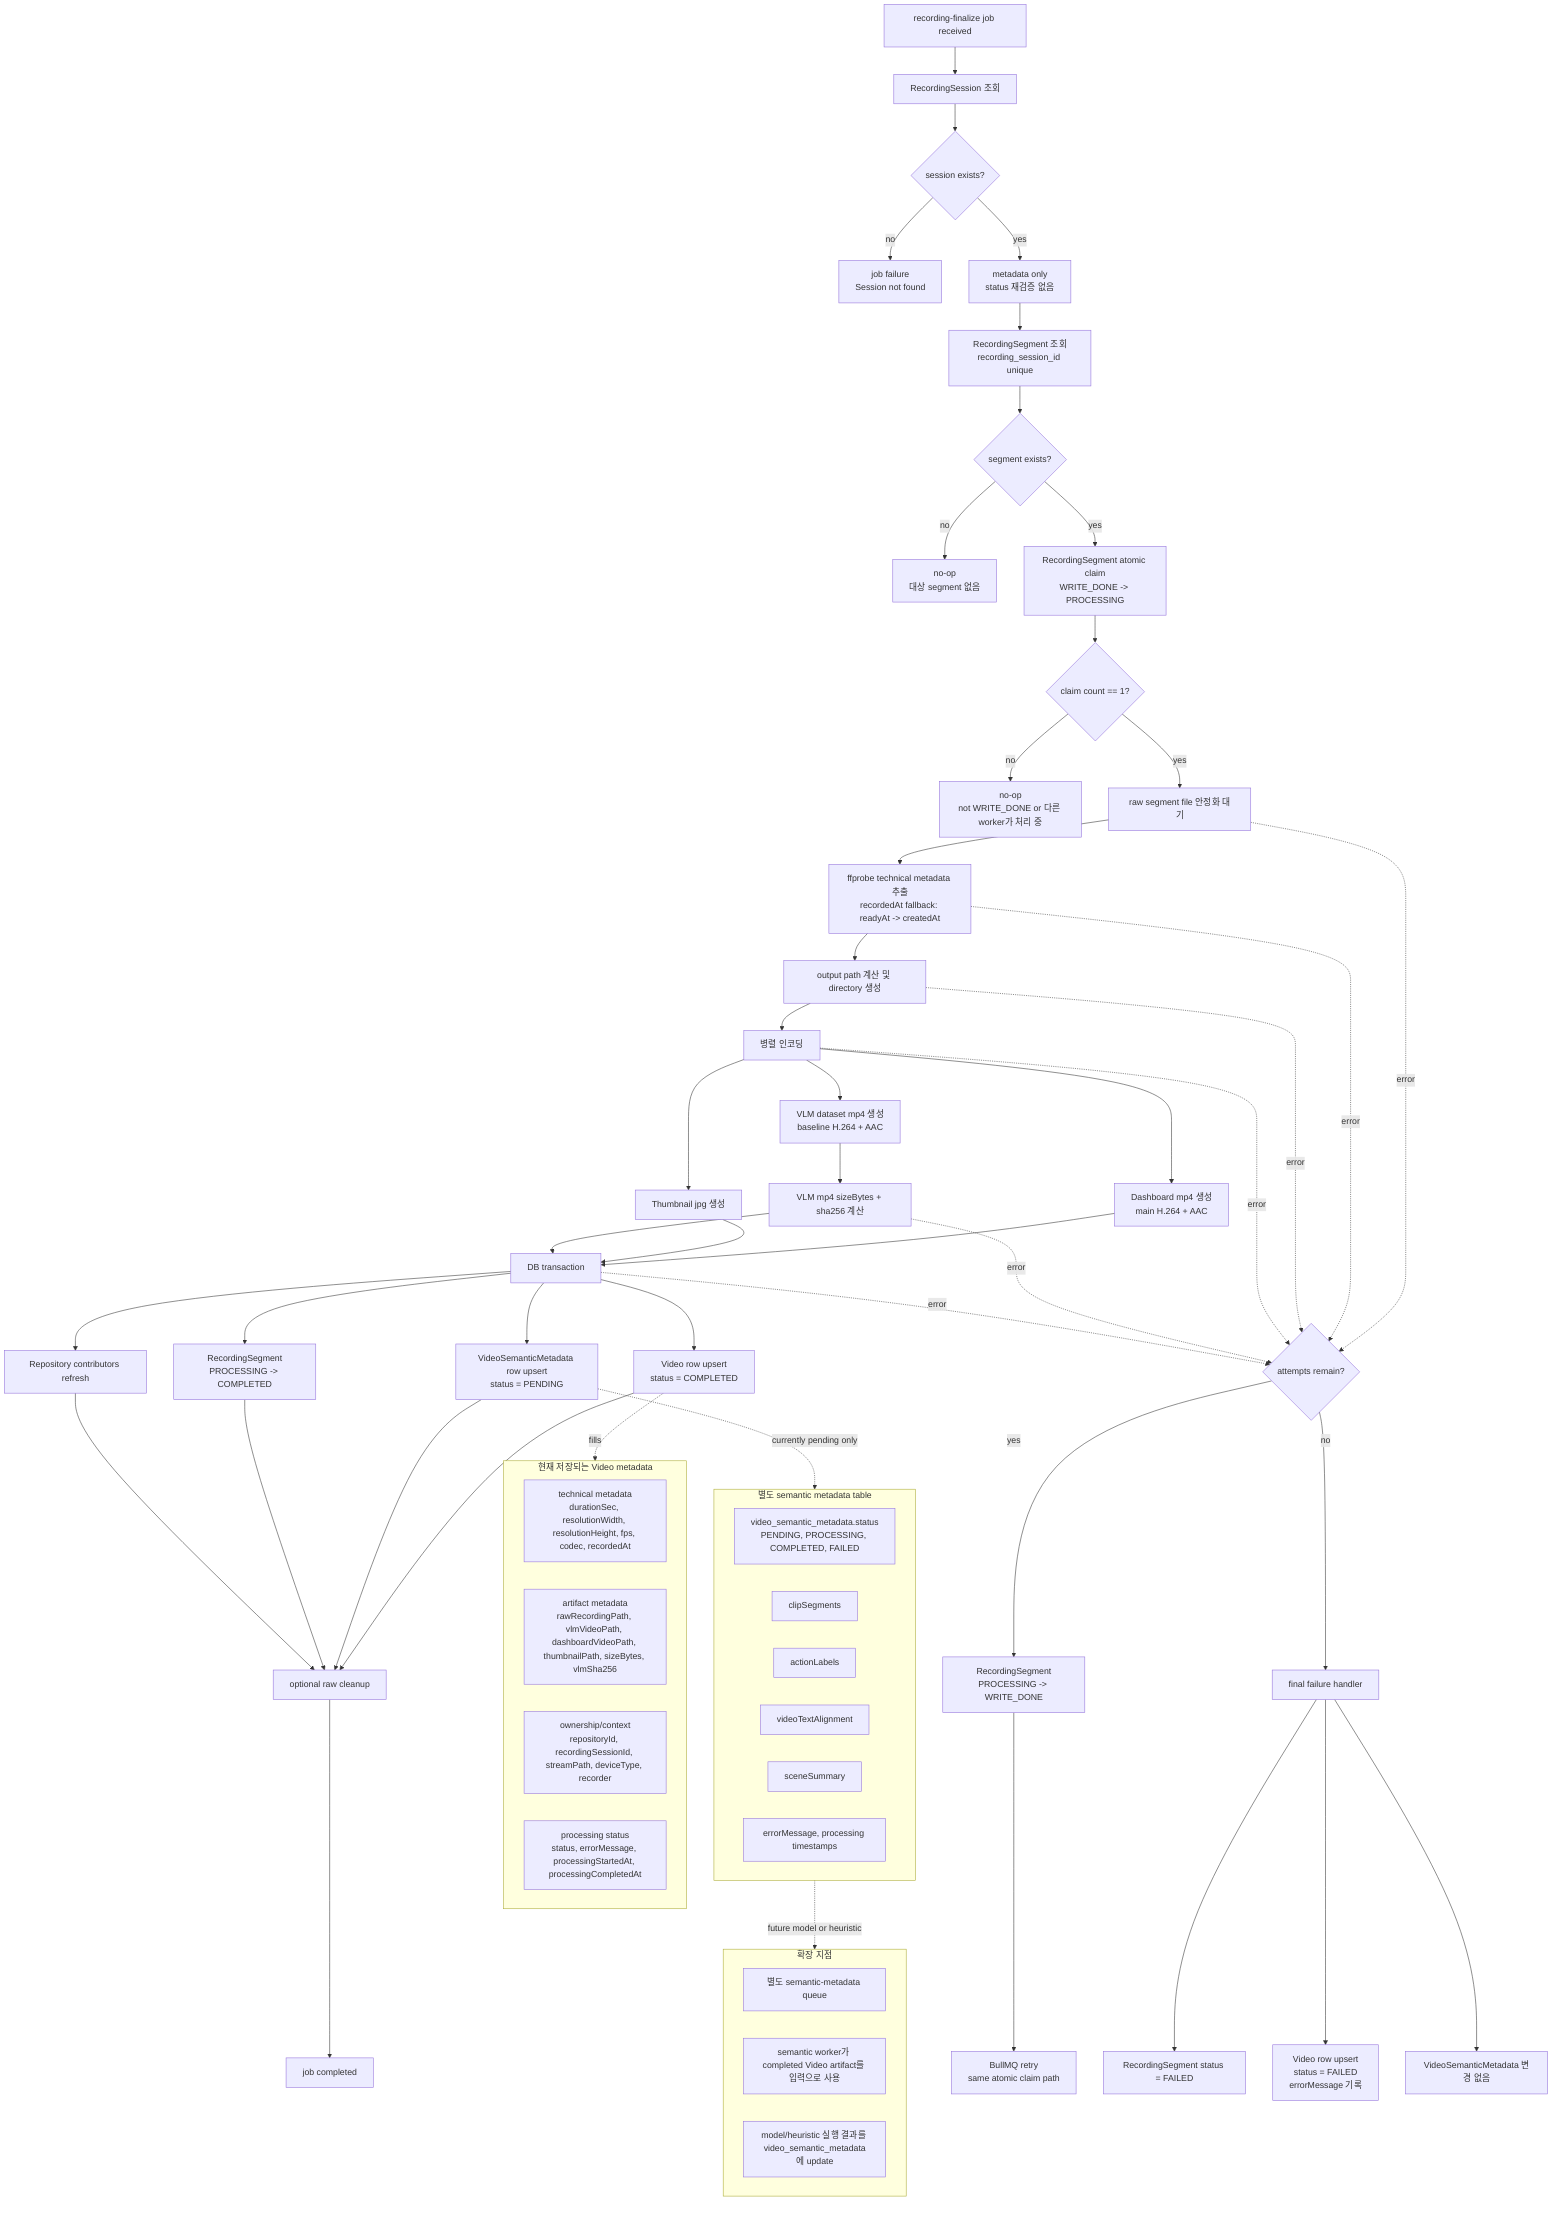
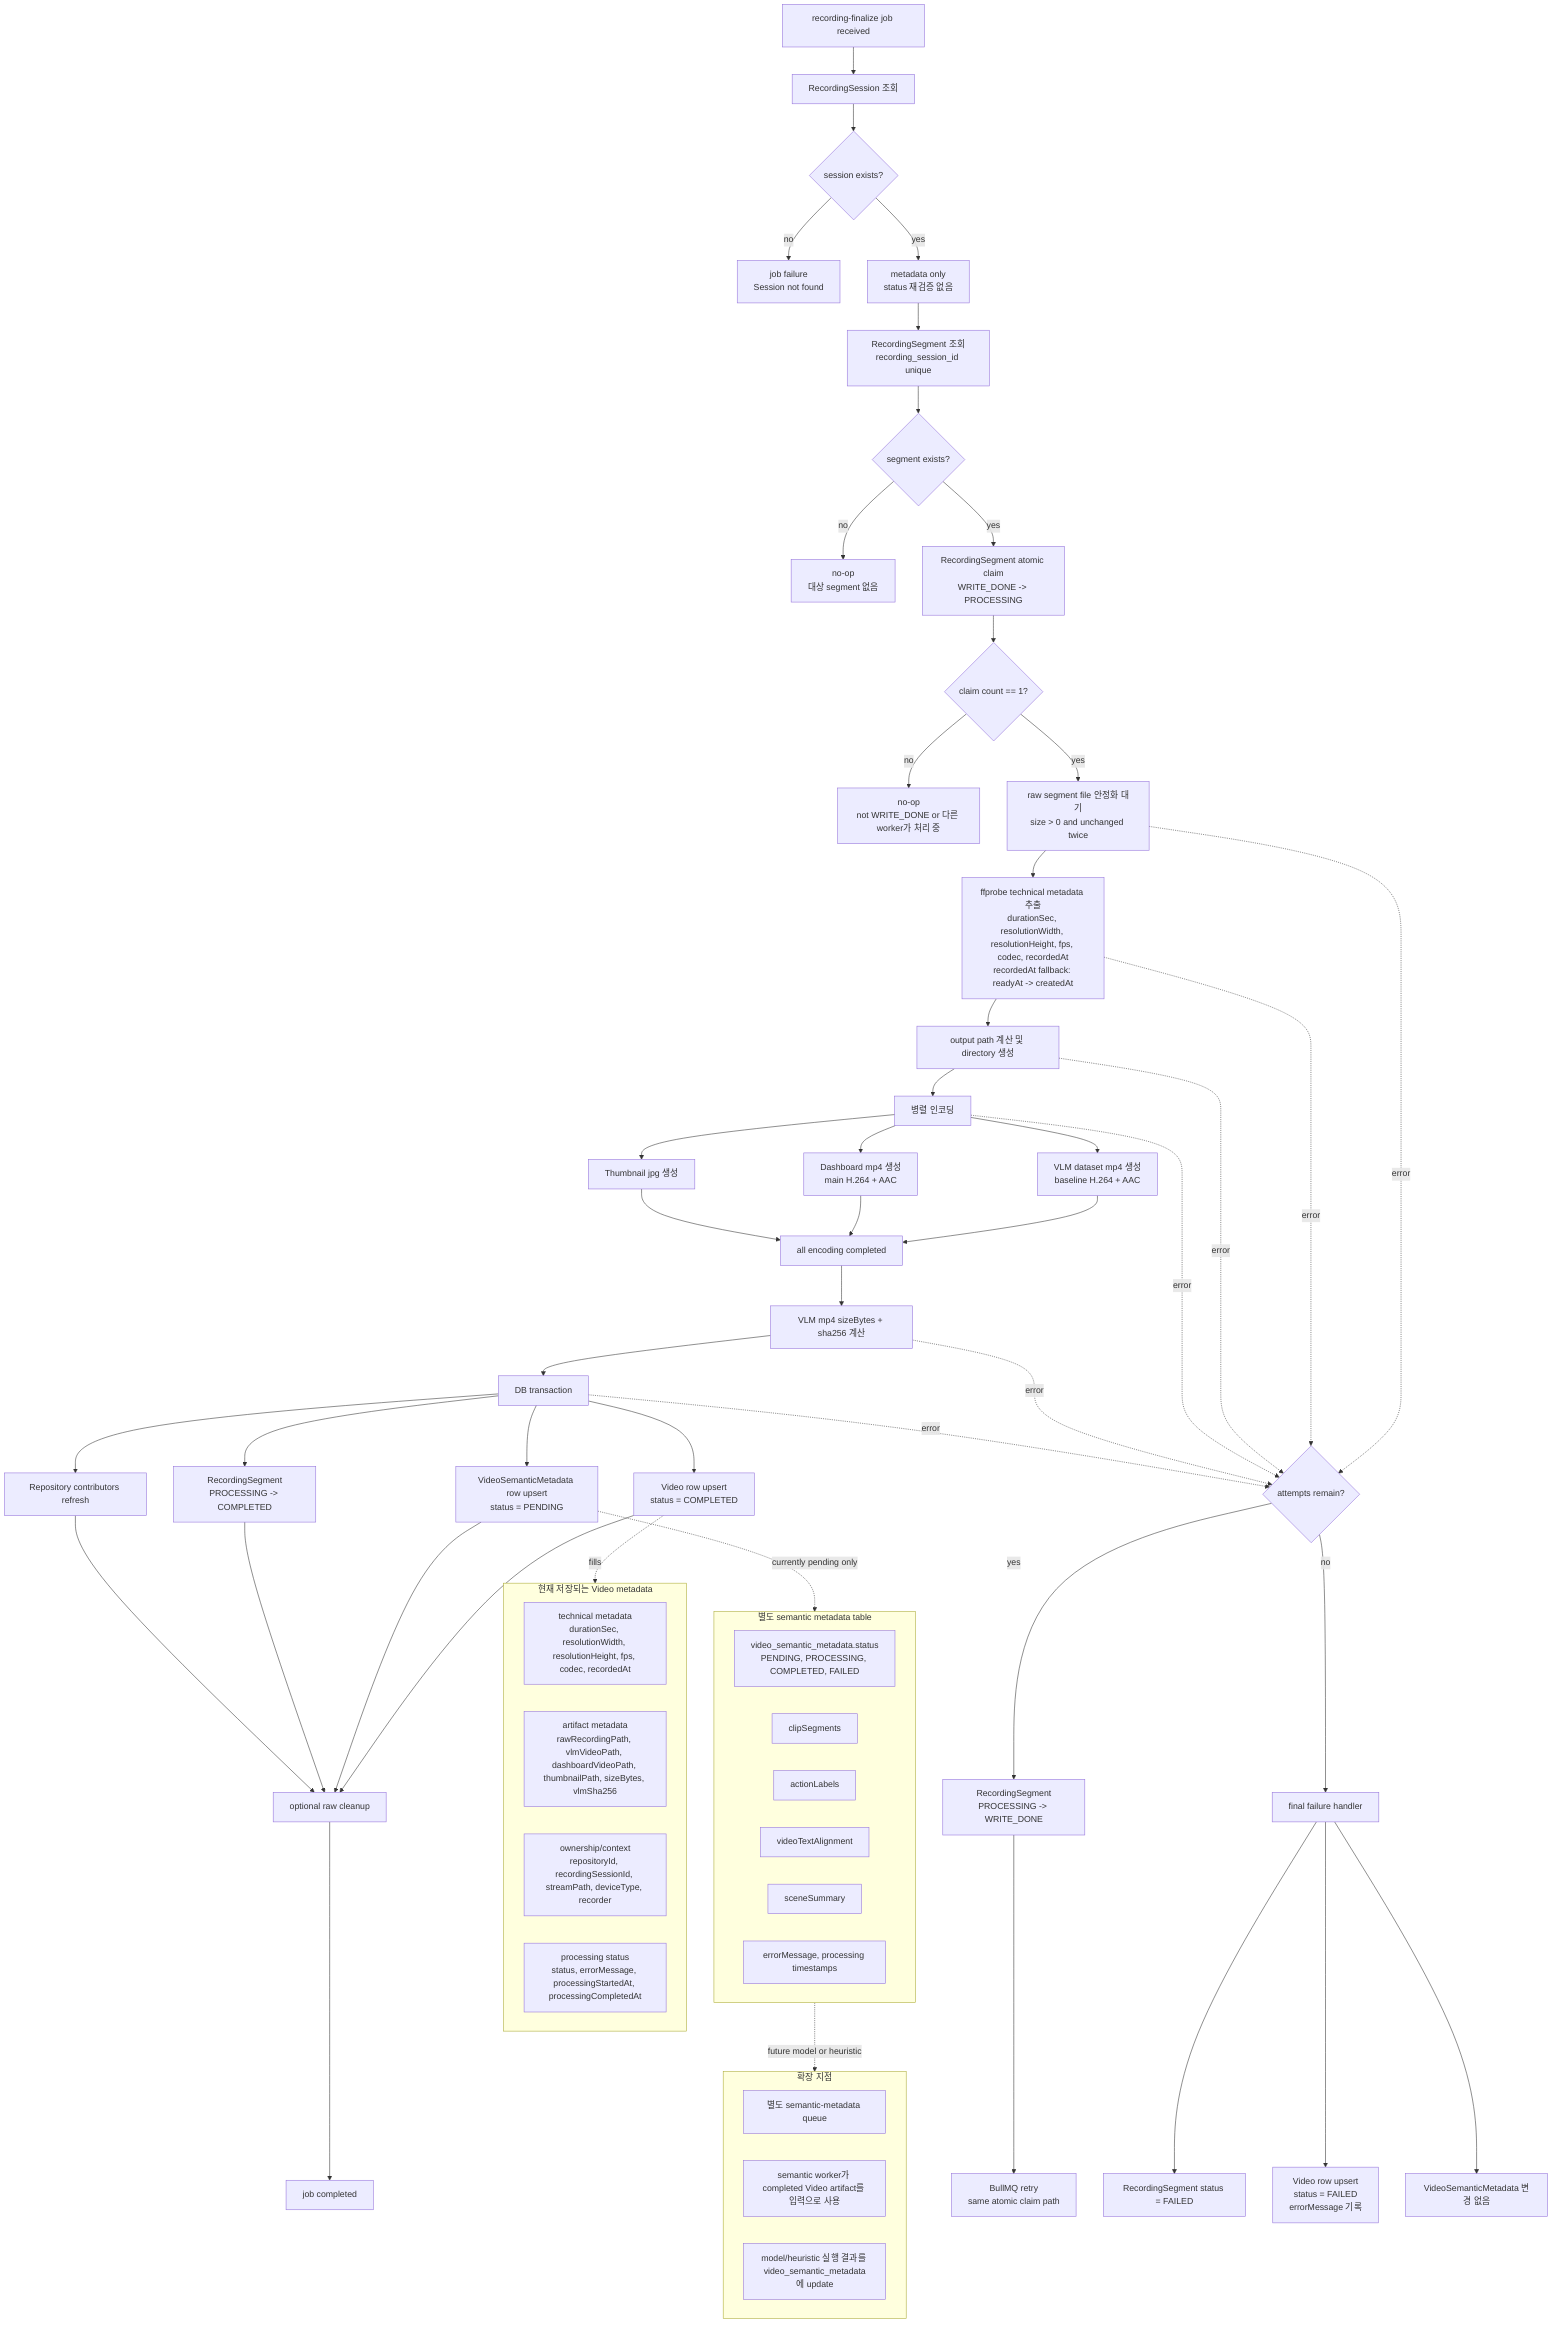
flowchart TD
  Start["recording-finalize job received"] --> SessionCheck["RecordingSession 조회"]
  SessionCheck --> SessionExists{"session exists?"}
  SessionExists -- "no" --> SessionFailure["job failure<br/>Session not found"]
  SessionExists -- "yes" --> SessionNote["metadata only<br/>status 재검증 없음"]
  SessionNote --> SegmentLookup["RecordingSegment 조회<br/>recording_session_id unique"]

  SegmentLookup --> SegmentExists{"segment exists?"}
  SegmentExists -- "no" --> NoopSegment["no-op<br/>대상 segment 없음"]
  SegmentExists -- "yes" --> Claim["RecordingSegment atomic claim<br/>WRITE_DONE -> PROCESSING"]

  Claim --> ClaimOk{"claim count == 1?"}
  ClaimOk -- "no" --> NoopClaim["no-op<br/>not WRITE_DONE or 다른 worker가 처리 중"]
-   ClaimOk -- "yes" --> RawStable["raw segment file 안정화 대기"]
+   ClaimOk -- "yes" --> RawStable["raw segment file 안정화 대기<br/>size > 0 and unchanged twice"]

-   RawStable --> TechnicalProbe["ffprobe technical metadata 추출<br/>recordedAt fallback: readyAt -> createdAt"]
+   RawStable --> TechnicalProbe["ffprobe technical metadata 추출<br/>durationSec, resolutionWidth, resolutionHeight, fps, codec, recordedAt<br/>recordedAt fallback: readyAt -> createdAt"]
  TechnicalProbe --> OutputPaths["output path 계산 및 directory 생성"]
  OutputPaths --> ParallelEncode["병렬 인코딩"]

  ParallelEncode --> VlmMp4["VLM dataset mp4 생성<br/>baseline H.264 + AAC"]
  ParallelEncode --> DashboardMp4["Dashboard mp4 생성<br/>main H.264 + AAC"]
  ParallelEncode --> Thumbnail["Thumbnail jpg 생성"]

-   VlmMp4 --> Digest["VLM mp4 sizeBytes + sha256 계산"]
-   DashboardMp4 --> Persist
-   Thumbnail --> Persist
+   VlmMp4 --> EncodingDone["all encoding completed"]
+   DashboardMp4 --> EncodingDone
+   Thumbnail --> EncodingDone
+   EncodingDone --> Digest["VLM mp4 sizeBytes + sha256 계산"]
  Digest --> Persist["DB transaction"]

  Persist --> VideoCreate["Video row upsert<br/>status = COMPLETED"]
  Persist --> SemanticPending["VideoSemanticMetadata row upsert<br/>status = PENDING"]
  Persist --> SegmentComplete["RecordingSegment<br/>PROCESSING -> COMPLETED"]
  Persist --> Contributors["Repository contributors refresh"]
  VideoCreate --> OptionalRawCleanup["optional raw cleanup"]
  SemanticPending --> OptionalRawCleanup
  SegmentComplete --> OptionalRawCleanup
  Contributors --> OptionalRawCleanup
  OptionalRawCleanup --> Done["job completed"]

  RawStable -. "error" .-> RetryDecision
  TechnicalProbe -. "error" .-> RetryDecision
  OutputPaths -. "error" .-> RetryDecision
  ParallelEncode -. "error" .-> RetryDecision
  Digest -. "error" .-> RetryDecision
  Persist -. "error" .-> RetryDecision

  RetryDecision{"attempts remain?"}
  RetryDecision -- "yes" --> Reset["RecordingSegment<br/>PROCESSING -> WRITE_DONE"]
  Reset --> QueueRetry["BullMQ retry<br/>same atomic claim path"]
  RetryDecision -- "no" --> FinalFailure["final failure handler"]
  FinalFailure --> SegmentFailed["RecordingSegment status = FAILED"]
  FinalFailure --> FailedVideo["Video row upsert<br/>status = FAILED<br/>errorMessage 기록"]
  FinalFailure --> SemanticUntouched["VideoSemanticMetadata 변경 없음"]

  subgraph CurrentMetadata["현재 저장되는 Video metadata"]
    M1["technical metadata<br/>durationSec, resolutionWidth, resolutionHeight, fps, codec, recordedAt"]
    M2["artifact metadata<br/>rawRecordingPath, vlmVideoPath, dashboardVideoPath, thumbnailPath, sizeBytes, vlmSha256"]
    M3["ownership/context<br/>repositoryId, recordingSessionId, streamPath, deviceType, recorder"]
    M4["processing status<br/>status, errorMessage, processingStartedAt, processingCompletedAt"]
  end

  subgraph SemanticTable["별도 semantic metadata table"]
    N0["video_semantic_metadata.status<br/>PENDING, PROCESSING, COMPLETED, FAILED"]
    N1["clipSegments"]
    N2["actionLabels"]
    N3["videoTextAlignment"]
    N4["sceneSummary"]
    N5["errorMessage, processing timestamps"]
  end

  VideoCreate -. "fills" .-> CurrentMetadata
  SemanticPending -. "currently pending only" .-> SemanticTable

  subgraph ExtensionPoint["확장 지점"]
    E1["별도 semantic-metadata queue"]
    E2["semantic worker가 completed Video artifact를 입력으로 사용"]
    E3["model/heuristic 실행 결과를 video_semantic_metadata에 update"]
  end

  SemanticTable -. "future model or heuristic" .-> ExtensionPoint

%% 참고:
%% 이 문서는 현재 worker processing의 실제 구현 상태를 정리한다.
%% finalize queue option은 attempts=3, exponential backoff delay=5000ms,
%% removeOnComplete=1000, removeOnFail=2000이다.
%% worker는 session row 존재만 확인하고 status는 재검증하지 않는다.
%% 현재 recording-finalize worker는 VLM 연구용 mp4 파일은 생성하지만,
%% VLM/semantic metadata를 생성하거나 모델을 호출하지 않는다.
%% 현재 Video.status=COMPLETED는 playable/generated artifacts 생성 완료를 의미한다.
%% semantic metadata 완성 여부를 의미하지 않는다.
%% 현재 worker가 채우는 metadata는 ffprobe 기반 technical metadata,
%% artifact path, VLM mp4 size/checksum, recorder/context, processing timestamps다.
%% semantic metadata는 videos table이 아니라 video_semantic_metadata table에서 관리한다.
%% finalize 성공 시 semantic metadata row는 PENDING으로 준비되며,
%% clipSegments, actionLabels, videoTextAlignment, sceneSummary는 아직 null이다.
%% 향후 VLM model 또는 heuristic은 별도 semantic worker가 별도 transaction에서 실행한다.
%% 이유: video artifact 생성 실패와 semantic metadata 생성 실패를 같은 failure domain으로 묶지 않기 위해서다.
%% semantic metadata 실패는 Video.status를 FAILED로 바꾸지 않는다.
